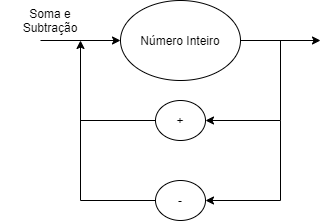
FelippeTeracini/Compilador_linguagem_julia keeps this draw.io diagram as Diagrama_Sintatico.png. Above is the earlier version. Source tidied: cells renumbered, new cells last; positions are measured from the earlier drawing's top-left corner, leaving out a move shared by most shapes.
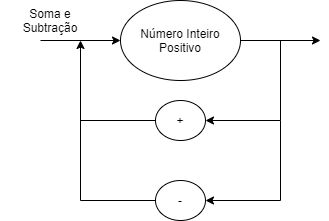
After the commit.

Commit message:
Diagrama corrigido

Diff of the diagram source:
```diff
@@ -8,7 +8,7 @@
         <mxPoint x="120" y="40" as="targetPoint" />
       </mxGeometry>
     </mxCell>
-    <mxCell id="3" value="Número Inteiro" style="ellipse;whiteSpace=wrap;html=1;" parent="1" vertex="1">
+    <mxCell id="3" value="Número Inteiro Positivo" style="ellipse;whiteSpace=wrap;html=1;" parent="1" vertex="1">
       <mxGeometry x="120" width="120" height="80" as="geometry" />
     </mxCell>
     <mxCell id="4" style="endArrow=classic;html=1;exitX=1;exitY=0.5;exitDx=0;exitDy=0;" parent="1" edge="1" source="3">
```
